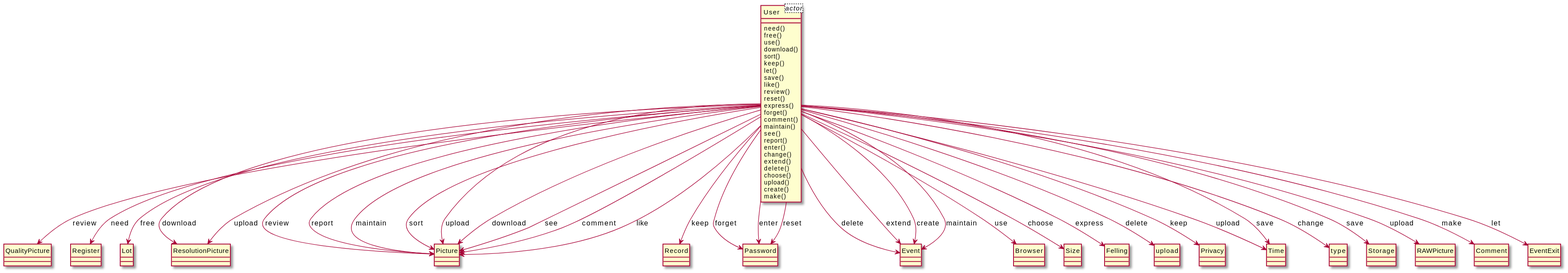
xixixhalu/DomainModelExtractor keeps this PlantUML diagram as output/diagram_5/2016-USC-Project05.svg. Above is the earlier version.
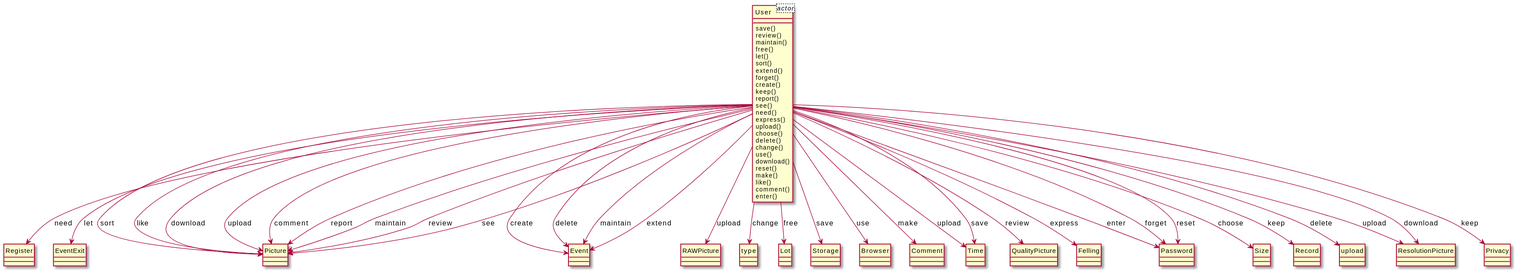
The same diagram one commit later.

What changed in the source:
```diff
@@ -3,102 +3,102 @@
 class User<actor> {
 }
 class User {
+	save()
+	review()
+	maintain()
+	free()
+	let()
+	sort()
+	extend()
+	forget()
+	create()
+	keep()
+	report()
+	see()
 	need()
-	free()
+	express()
+	upload()
+	choose()
+	delete()
+	change()
 	use()
 	download()
-	sort()
-	keep()
-	let()
-	save()
+	reset()
+	make()
 	like()
-	review()
-	reset()
-	express()
-	forget()
 	comment()
-	maintain()
-	see()
-	report()
 	enter()
-	change()
-	extend()
-	delete()
-	choose()
-	upload()
-	create()
-	make()
+}
+class Register {
+}
+class EventExit {
+}
+class Picture {
+}
+class Event {
+}
+class RAWPicture {
+}
+class type {
+}
+class Lot {
+}
+class Storage {
+}
+class Browser {
+}
+class Comment {
+}
+class Time {
 }
 class QualityPicture {
 }
-class Register {
+class Felling {
 }
-class Lot {
+class Password {
+}
+class Size {
+}
+class Record {
+}
+class upload {
 }
 class ResolutionPicture {
 }
-class Picture {
-}
-class Record {
-}
-class Password {
-}
-class Event {
-}
-class Browser {
-}
-class Size {
-}
-class Felling {
-}
-class upload {
-}
 class Privacy {
 }
-class Time {
-}
-class type {
-}
-class Storage {
-}
-class RAWPicture {
-}
-class Comment {
-}
-class EventExit {
-}
+User --> Record : keep
+User --> Picture : sort
+User --> QualityPicture : review
+User --> RAWPicture : upload
+User --> Picture : like
+User --> Felling : express
+User --> upload : delete
+User --> Picture : download
+User --> type : change
 User --> Time : upload
+User --> Event : create
+User --> Lot : free
+User --> Event : delete
+User --> ResolutionPicture : upload
+User --> Storage : save
+User --> Time : save
+User --> Picture : upload
+User --> Password : enter
+User --> Browser : use
+User --> ResolutionPicture : download
+User --> Register : need
+User --> Privacy : keep
+User --> Event : maintain
+User --> Comment : make
+User --> Password : forget
+User --> Picture : comment
+User --> Picture : report
+User --> EventExit : let
+User --> Picture : maintain
 User --> Picture : review
-User --> Picture : report
-User --> upload : delete
-User --> type : change
-User --> Record : keep
-User --> Storage : save
-User --> Picture : maintain
-User --> Password : forget
-User --> RAWPicture : upload
-User --> Event : delete
-User --> Comment : make
+User --> Password : reset
+User --> Picture : see
 User --> Size : choose
 User --> Event : extend
-User --> Browser : use
-User --> Password : enter
-User --> EventExit : let
-User --> Picture : sort
-User --> QualityPicture : review
-User --> Password : reset
-User --> Felling : express
-User --> Picture : upload
-User --> Event : create
-User --> Picture : download
-User --> Picture : see
-User --> Time : save
-User --> Register : need
-User --> Event : maintain
-User --> ResolutionPicture : download
-User --> Picture : comment
-User --> Lot : free
-User --> Picture : like
-User --> Privacy : keep
-User --> ResolutionPicture : upload
 @enduml
```
